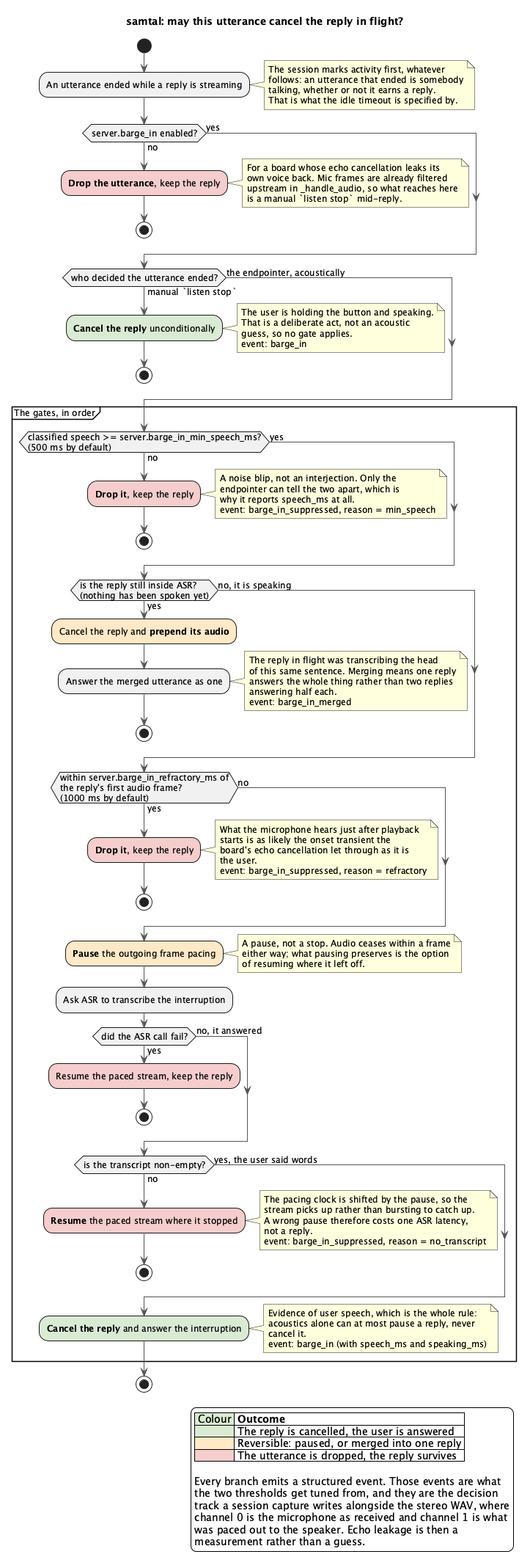
This is docs/architecture/plantuml/vinga-barge-in-decision.png from rafacm/samtal, a PlantUML export, as it was before one commit. The source it was exported from:
```plantuml
@startuml samtal-barge-in-decision

title samtal: may this utterance cancel the reply in flight?

skinparam shadowing false
skinparam backgroundColor white
skinparam defaultFontSize 12
skinparam ActivityBorderThickness 1
skinparam ArrowColor #555555

start

:An utterance ended while a reply is streaming;
note right
  The session marks activity first, whatever
  follows: an utterance that ended is somebody
  talking, whether or not it earns a reply.
  That is what the idle timeout is specified by.
end note

if (server.barge_in enabled?) then (no)
  :**Drop the utterance**, keep the reply;<<#F4CCCC>>
  note right
    For a board whose echo cancellation leaks its
    own voice back. Mic frames are already filtered
    upstream in _handle_audio, so what reaches here
    is a manual `listen stop` mid-reply.
  end note
  stop
else (yes)
endif

if (who decided the utterance ended?) then (manual `listen stop`)
  :**Cancel the reply** unconditionally;<<#D9EAD3>>
  note right
    The user is holding the button and speaking.
    That is a deliberate act, not an acoustic
    guess, so no gate applies.
    event: barge_in
  end note
  stop
else (the endpointer, acoustically)
endif

partition "The gates, in order" {

  if (classified speech >= server.barge_in_min_speech_ms?\n(500 ms by default)) then (no)
    :**Drop it**, keep the reply;<<#F4CCCC>>
    note right
      A noise blip, not an interjection. Only the
      endpointer can tell the two apart, which is
      why it reports speech_ms at all.
      event: barge_in_suppressed, reason = min_speech
    end note
    stop
  else (yes)
  endif

  if (is the reply still inside ASR?\n(nothing has been spoken yet)) then (yes)
    :Cancel the reply and **prepend its audio**;<<#FFE9C6>>
    :Answer the merged utterance as one;
    note right
      The reply in flight was transcribing the head
      of this same sentence. Merging means one reply
      answers the whole thing rather than two replies
      answering half each.
      event: barge_in_merged
    end note
    stop
  else (no, it is speaking)
  endif

  if (within server.barge_in_refractory_ms of\nthe reply's first audio frame?\n(1000 ms by default)) then (yes)
    :**Drop it**, keep the reply;<<#F4CCCC>>
    note right
      What the microphone hears just after playback
      starts is as likely the onset transient the
      board's echo cancellation let through as it is
      the user.
      event: barge_in_suppressed, reason = refractory
    end note
    stop
  else (no)
  endif

  :**Pause** the outgoing frame pacing;<<#FFE9C6>>
  note right
    A pause, not a stop. Audio ceases within a frame
    either way; what pausing preserves is the option
    of resuming where it left off.
  end note

  :Ask ASR to transcribe the interruption;

  if (did the ASR call fail?) then (yes)
    :Resume the paced stream, keep the reply;<<#F4CCCC>>
    stop
  else (no, it answered)
  endif

  if (is the transcript non-empty?) then (no)
    :**Resume** the paced stream where it stopped;<<#F4CCCC>>
    note right
      The pacing clock is shifted by the pause, so the
      stream picks up rather than bursting to catch up.
      A wrong pause therefore costs one ASR latency,
      not a reply.
      event: barge_in_suppressed, reason = no_transcript
    end note
    stop
  else (yes, the user said words)
  endif

  :**Cancel the reply** and answer the interruption;<<#D9EAD3>>
  note right
    Evidence of user speech, which is the whole rule:
    acoustics alone can at most pause a reply, never
    cancel it.
    event: barge_in (with speech_ms and speaking_ms)
  end note
}

stop

legend right
|<#D9EAD3> Colour |= Outcome |
|<#D9EAD3> | The reply is cancelled, the user is answered |
|<#FFE9C6> | Reversible: paused, or merged into one reply |
|<#F4CCCC> | The utterance is dropped, the reply survives |

Every branch emits a structured event. Those events are what
the two thresholds get tuned from, and they are the decision
track a session capture writes alongside the stereo WAV, where
channel 0 is the microphone as received and channel 1 is what
was paced out to the speaker. Echo leakage is then a
measurement rather than a guess.
endlegend

@enduml
```
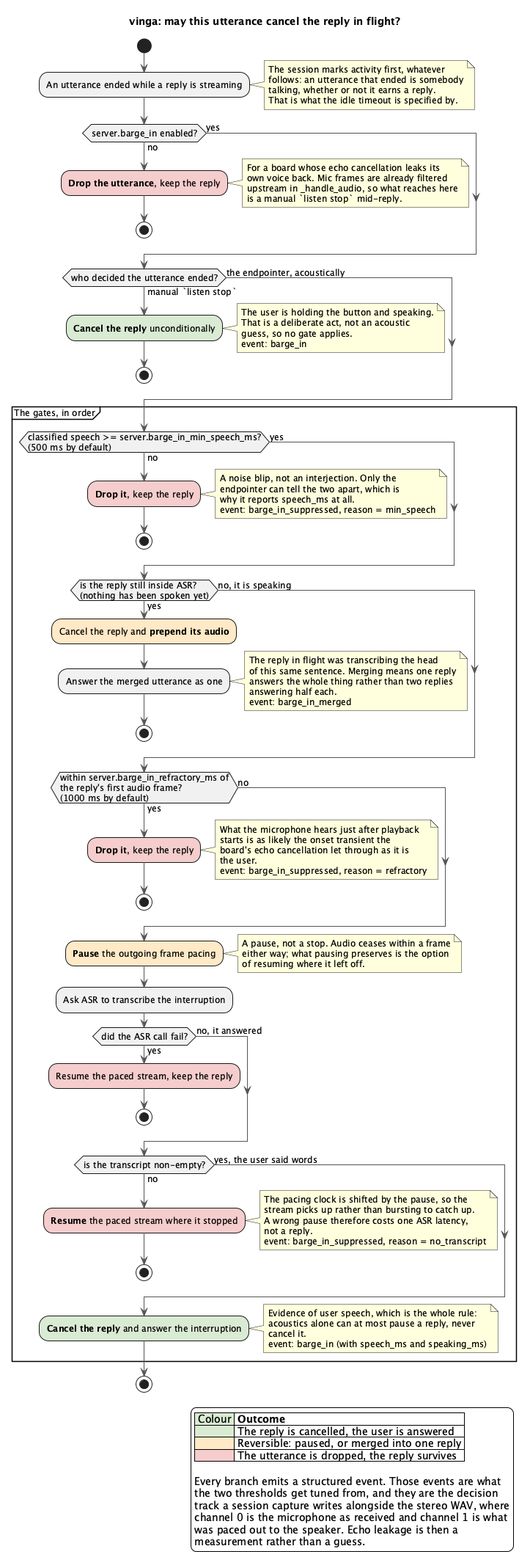
Later version of the same file.

What changed in the source:
```diff
@@ -1,6 +1,6 @@
-@startuml samtal-barge-in-decision
+@startuml vinga-barge-in-decision
 
-title samtal: may this utterance cancel the reply in flight?
+title vinga: may this utterance cancel the reply in flight?
 
 skinparam shadowing false
 skinparam backgroundColor white
```
